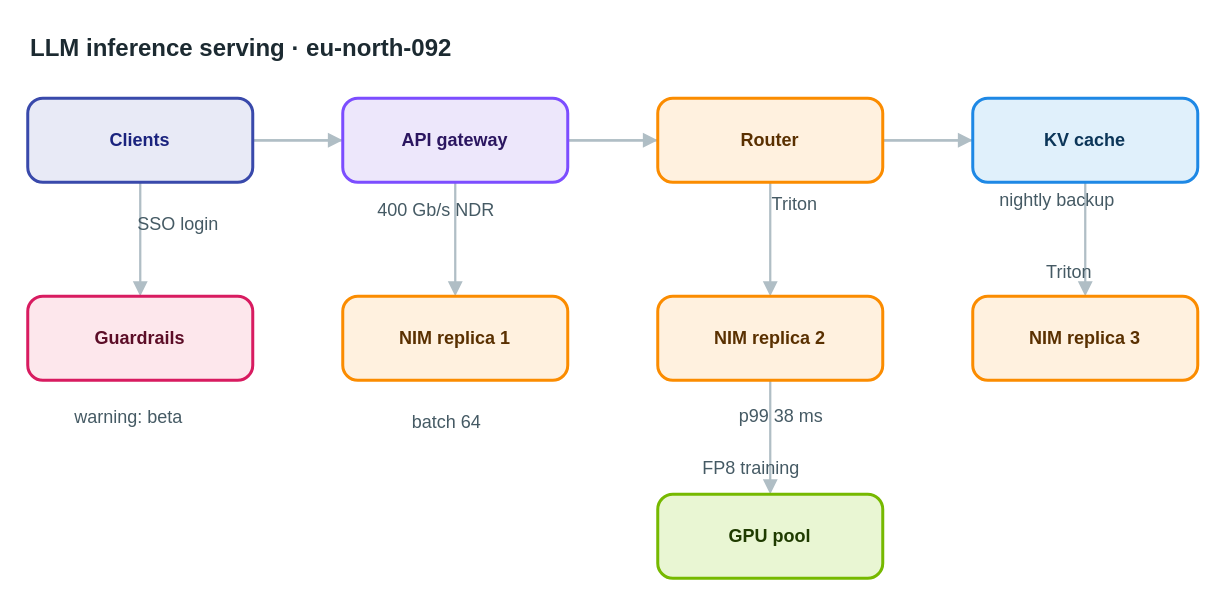
Before: apps/web/public/samples/library/092-llm-inference-serving.drawio in AryanG01/open-apprentice, a draw.io diagram. Source tidied: cells renumbered, new cells numbered last; positions are measured from the earlier drawing's top-left corner, leaving out a move shared by most shapes. Both pictures are drawn from the tidied source at 150%, with x=0, y=0 at pixel (27, 26).
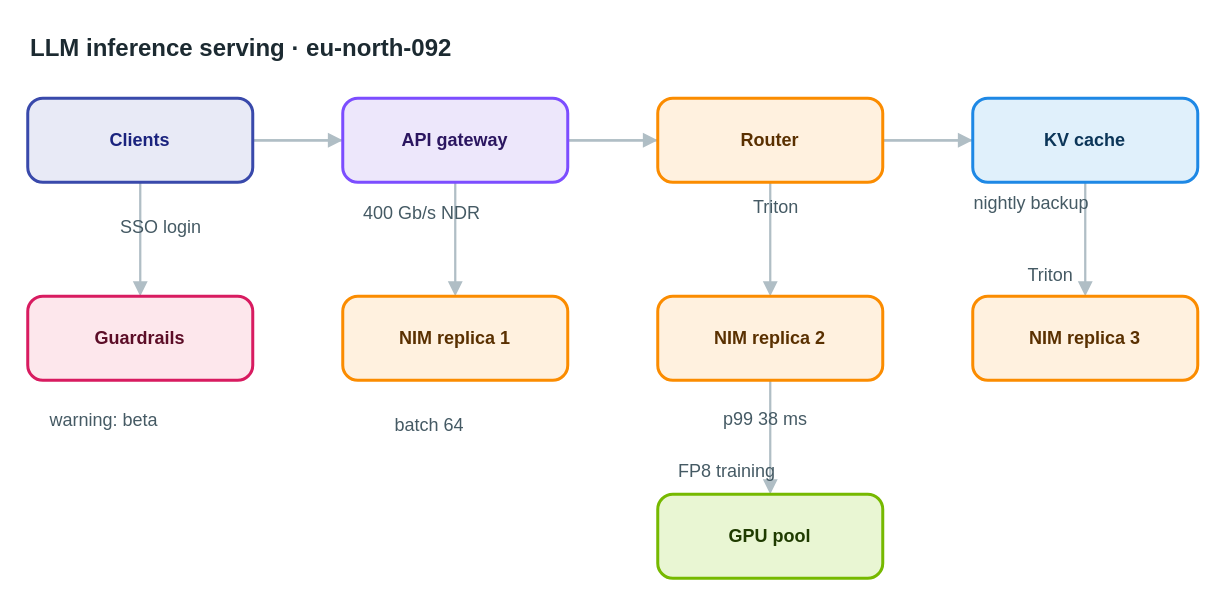
The same diagram, later.

Change to the diagram source:
```diff
@@
-    <mxCell id="20" value="SSO login" style="text;html=1;align=center;verticalAlign=middle;whiteSpace=nowrap;strokeColor=none;fillColor=none;fontSize=12;fontColor=#455a64;" parent="1" vertex="1">
+    <mxCell id="20" value="SSO login" style="text;html=1;align=left;verticalAlign=top;whiteSpace=nowrap;spacing=0;spacingTop=0;strokeColor=none;fillColor=none;fontSize=12;fontColor=#455a64;" parent="1" vertex="1">
       <mxGeometry x="62" y="122" width="75" height="20" as="geometry" />
     </mxCell>
-    <mxCell id="21" value="400 Gb/s NDR" style="text;html=1;align=center;verticalAlign=middle;whiteSpace=nowrap;strokeColor=none;fillColor=none;fontSize=12;fontColor=#455a64;" parent="1" vertex="1">
+    <mxCell id="21" value="400 Gb/s NDR" style="text;html=1;align=left;verticalAlign=top;whiteSpace=nowrap;spacing=0;spacingTop=0;strokeColor=none;fillColor=none;fontSize=12;fontColor=#455a64;" parent="1" vertex="1">
       <mxGeometry x="224" y="113" width="96" height="20" as="geometry" />
     </mxCell>
-    <mxCell id="22" value="Triton" style="text;html=1;align=center;verticalAlign=middle;whiteSpace=nowrap;strokeColor=none;fillColor=none;fontSize=12;fontColor=#455a64;" parent="1" vertex="1">
+    <mxCell id="22" value="Triton" style="text;html=1;align=left;verticalAlign=top;whiteSpace=nowrap;spacing=0;spacingTop=0;strokeColor=none;fillColor=none;fontSize=12;fontColor=#455a64;" parent="1" vertex="1">
       <mxGeometry x="484" y="109" width="54" height="20" as="geometry" />
     </mxCell>
-    <mxCell id="23" value="batch 64" style="text;html=1;align=center;verticalAlign=middle;whiteSpace=nowrap;strokeColor=none;fillColor=none;fontSize=12;fontColor=#455a64;" parent="1" vertex="1">
+    <mxCell id="23" value="batch 64" style="text;html=1;align=left;verticalAlign=top;whiteSpace=nowrap;spacing=0;spacingTop=0;strokeColor=none;fillColor=none;fontSize=12;fontColor=#455a64;" parent="1" vertex="1">
       <mxGeometry x="245" y="254" width="68" height="20" as="geometry" />
     </mxCell>
-    <mxCell id="24" value="p99 38 ms" style="text;html=1;align=center;verticalAlign=middle;whiteSpace=nowrap;strokeColor=none;fillColor=none;fontSize=12;fontColor=#455a64;" parent="1" vertex="1">
+    <mxCell id="24" value="p99 38 ms" style="text;html=1;align=left;verticalAlign=top;whiteSpace=nowrap;spacing=0;spacingTop=0;strokeColor=none;fillColor=none;fontSize=12;fontColor=#455a64;" parent="1" vertex="1">
       <mxGeometry x="464" y="250" width="75" height="20" as="geometry" />
     </mxCell>
-    <mxCell id="25" value="Triton" style="text;html=1;align=center;verticalAlign=middle;whiteSpace=nowrap;strokeColor=none;fillColor=none;fontSize=12;fontColor=#455a64;" parent="1" vertex="1">
+    <mxCell id="25" value="Triton" style="text;html=1;align=left;verticalAlign=top;whiteSpace=nowrap;spacing=0;spacingTop=0;strokeColor=none;fillColor=none;fontSize=12;fontColor=#455a64;" parent="1" vertex="1">
       <mxGeometry x="667" y="154" width="54" height="20" as="geometry" />
     </mxCell>
-    <mxCell id="26" value="nightly backup" style="text;html=1;align=center;verticalAlign=middle;whiteSpace=nowrap;strokeColor=none;fillColor=none;fontSize=12;fontColor=#455a64;" parent="1" vertex="1">
+    <mxCell id="26" value="nightly backup" style="text;html=1;align=left;verticalAlign=top;whiteSpace=nowrap;spacing=0;spacingTop=0;strokeColor=none;fillColor=none;fontSize=12;fontColor=#455a64;" parent="1" vertex="1">
       <mxGeometry x="631" y="106" width="110" height="20" as="geometry" />
     </mxCell>
-    <mxCell id="27" value="FP8 training" style="text;html=1;align=center;verticalAlign=middle;whiteSpace=nowrap;strokeColor=none;fillColor=none;fontSize=12;fontColor=#455a64;" parent="1" vertex="1">
+    <mxCell id="27" value="FP8 training" style="text;html=1;align=left;verticalAlign=top;whiteSpace=nowrap;spacing=0;spacingTop=0;strokeColor=none;fillColor=none;fontSize=12;fontColor=#455a64;" parent="1" vertex="1">
       <mxGeometry x="434" y="285" width="96" height="20" as="geometry" />
     </mxCell>
-    <mxCell id="28" value="warning: beta" style="text;html=1;align=center;verticalAlign=middle;whiteSpace=nowrap;strokeColor=none;fillColor=none;fontSize=12;fontColor=#455a64;" parent="1" vertex="1">
+    <mxCell id="28" value="warning: beta" style="text;html=1;align=left;verticalAlign=top;whiteSpace=nowrap;spacing=0;spacingTop=0;strokeColor=none;fillColor=none;fontSize=12;fontColor=#455a64;" parent="1" vertex="1">
       <mxGeometry x="15" y="251" width="103" height="20" as="geometry" />
     </mxCell>
```
